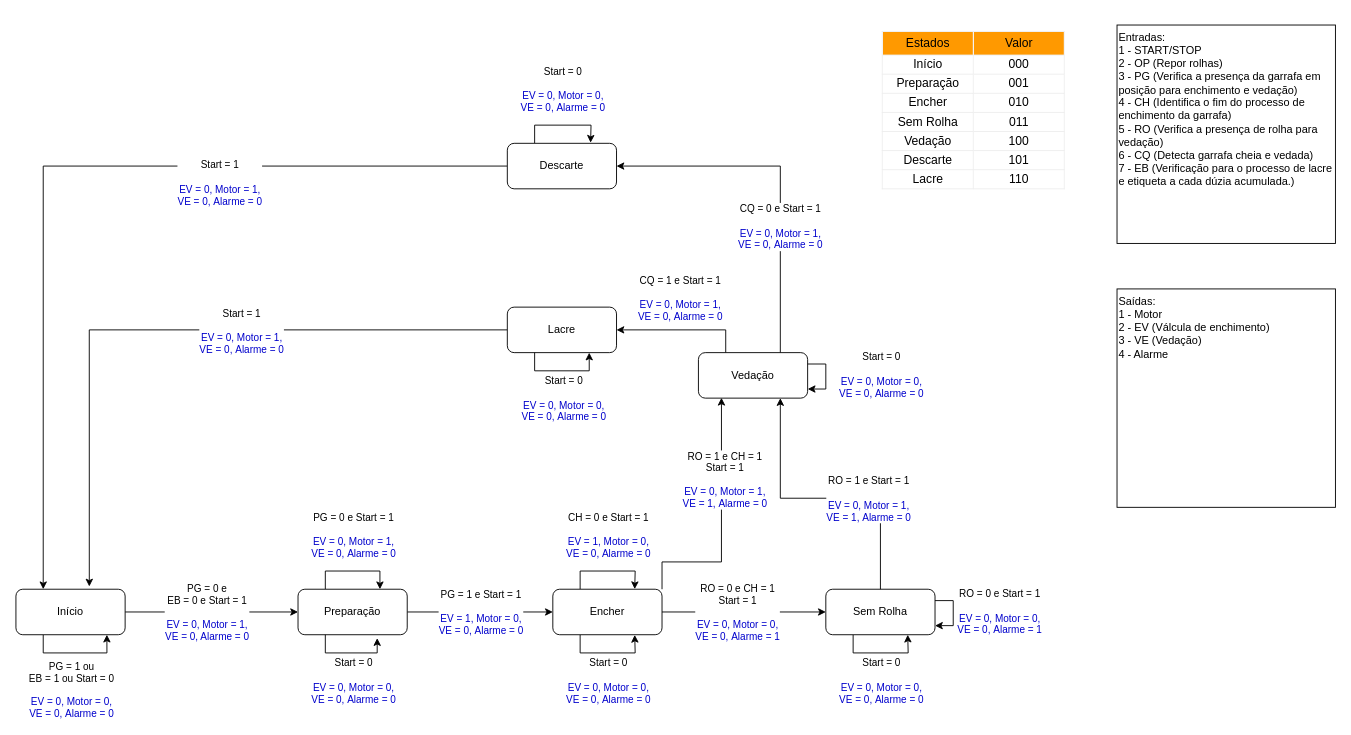
Before: documentacao/pbl.drawio in jnaraujo/tec498_2023_2_projeto_03, a draw.io diagram. Source tidied: cells renumbered, new cells numbered last; positions are measured from the earlier drawing's top-left corner, leaving out a move shared by most shapes. Both pictures are drawn from the tidied source at 91%, with x=0, y=0 at pixel (15, 25).
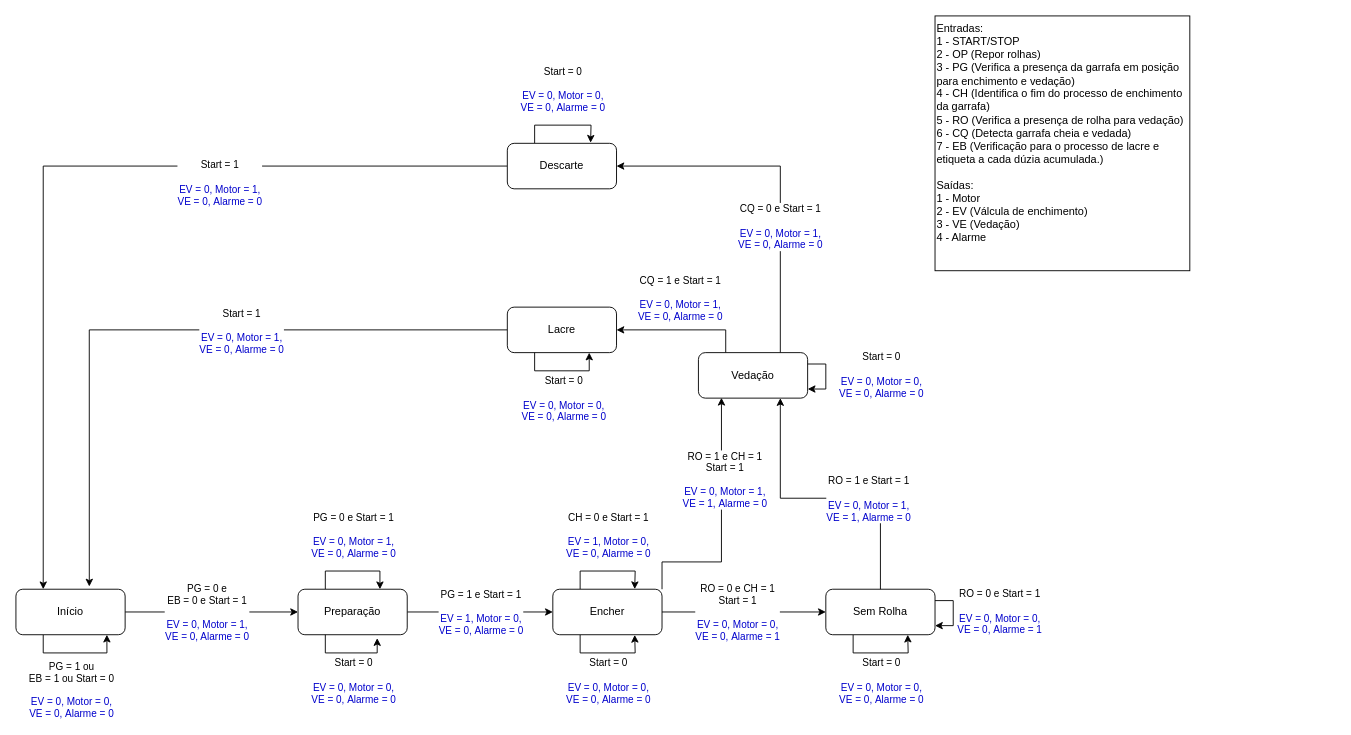
After the change.

Diff of the diagram source:
```diff
@@
-    <mxCell id="2" value="Entradas:&lt;br&gt;1 - START/STOP&lt;br&gt;2 - OP (Repor rolhas)&lt;br&gt;3 - PG (Verifica a presença da garrafa em posição para enchimento e vedação)&lt;br&gt;4 - CH (Identifica o fim do processo de enchimento da garrafa)&lt;br&gt;5 - RO (Verifica a presença de rolha para vedação)&lt;br&gt;6 - CQ (Detecta garrafa cheia e vedada)&lt;br&gt;7 - EB (Verificação para o processo de lacre e etiqueta a cada dúzia acumulada.)" style="whiteSpace=wrap;html=1;align=left;verticalAlign=top;" parent="1" vertex="1">
-      <mxGeometry x="1210" width="240" height="240" as="geometry" />
+    <mxCell id="2" value="Entradas:&lt;br&gt;1 - START/STOP&lt;br&gt;2 - OP (Repor rolhas)&lt;br&gt;3 - PG (Verifica a presença da garrafa em posição para enchimento e vedação)&lt;br&gt;4 - CH (Identifica o fim do processo de enchimento da garrafa)&lt;br&gt;5 - RO (Verifica a presença de rolha para vedação)&lt;br&gt;6 - CQ (Detecta garrafa cheia e vedada)&lt;br&gt;7 - EB (Verificação para o processo de lacre e etiqueta a cada dúzia acumulada.)&lt;br&gt;&lt;br&gt;&lt;div style=&quot;border-color: var(--border-color);&quot;&gt;Saídas:&lt;/div&gt;&lt;div style=&quot;border-color: var(--border-color);&quot;&gt;1 - Motor&lt;/div&gt;&lt;div style=&quot;border-color: var(--border-color);&quot;&gt;2 - EV (Válcula de enchimento)&lt;/div&gt;&lt;div style=&quot;border-color: var(--border-color);&quot;&gt;3 - VE (Vedação)&lt;/div&gt;&lt;div style=&quot;border-color: var(--border-color);&quot;&gt;4 - Alarme&lt;/div&gt;" style="whiteSpace=wrap;html=1;align=left;verticalAlign=top;" parent="1" vertex="1">
+      <mxGeometry x="1010" y="-10" width="280" height="280" as="geometry" />
     </mxCell>
-    <mxCell id="3" value="&lt;div&gt;Saídas:&lt;/div&gt;&lt;div&gt;1 - Motor&lt;/div&gt;&lt;div&gt;2 - EV (Válcula de enchimento)&lt;/div&gt;&lt;div&gt;3 - VE (Vedação)&lt;/div&gt;&lt;div&gt;4 - Alarme&lt;/div&gt;" style="whiteSpace=wrap;html=1;align=left;verticalAlign=top;" parent="1" vertex="1">
-      <mxGeometry x="1210" y="290" width="240" height="240" as="geometry" />
-    </mxCell>
@@
-    <mxCell id="49" value="&lt;table xmlns=&quot;http://www.w3.org/1999/xhtml&quot; cellspacing=&quot;0&quot; cellpadding=&quot;0&quot; dir=&quot;ltr&quot; border=&quot;1&quot; style=&quot;table-layout:fixed;font-size:10pt;font-family:Arial;width:0px;border-collapse:collapse;border:none&quot;&gt;&lt;colgroup&gt;&lt;col width=&quot;100&quot;&gt;&lt;col width=&quot;100&quot;&gt;&lt;/colgroup&gt;&lt;tbody&gt;&lt;tr style=&quot;height:26px;&quot;&gt;&lt;td style=&quot;overflow:hidden;padding:2px 3px 2px 3px;vertical-align:middle;background-color:#ff9900;text-align:center;&quot;&gt;Estados&lt;/td&gt;&lt;td style=&quot;overflow:hidden;padding:2px 3px 2px 3px;vertical-align:middle;background-color:#ff9900;text-align:center;&quot;&gt;Valor&lt;/td&gt;&lt;/tr&gt;&lt;tr style=&quot;height:21px;&quot;&gt;&lt;td style=&quot;overflow:hidden;padding:2px 3px 2px 3px;vertical-align:middle;text-align:center;&quot;&gt;Início&lt;/td&gt;&lt;td style=&quot;overflow:hidden;padding:2px 3px 2px 3px;vertical-align:middle;text-align:center;&quot;&gt;000&lt;/td&gt;&lt;/tr&gt;&lt;tr style=&quot;height:21px;&quot;&gt;&lt;td style=&quot;overflow:hidden;padding:2px 3px 2px 3px;vertical-align:middle;text-align:center;&quot;&gt;Preparação&lt;/td&gt;&lt;td style=&quot;overflow:hidden;padding:2px 3px 2px 3px;vertical-align:middle;text-align:center;&quot;&gt;001&lt;/td&gt;&lt;/tr&gt;&lt;tr style=&quot;height:21px;&quot;&gt;&lt;td style=&quot;overflow:hidden;padding:2px 3px 2px 3px;vertical-align:middle;text-align:center;&quot;&gt;Encher&lt;/td&gt;&lt;td style=&quot;overflow:hidden;padding:2px 3px 2px 3px;vertical-align:middle;text-align:center;&quot;&gt;010&lt;/td&gt;&lt;/tr&gt;&lt;tr style=&quot;height:21px;&quot;&gt;&lt;td style=&quot;overflow:hidden;padding:2px 3px 2px 3px;vertical-align:middle;text-align:center;&quot;&gt;Sem Rolha&lt;/td&gt;&lt;td style=&quot;overflow:hidden;padding:2px 3px 2px 3px;vertical-align:middle;text-align:center;&quot;&gt;011&lt;/td&gt;&lt;/tr&gt;&lt;tr style=&quot;height:21px;&quot;&gt;&lt;td style=&quot;overflow:hidden;padding:2px 3px 2px 3px;vertical-align:middle;text-align:center;&quot;&gt;Vedação&lt;/td&gt;&lt;td style=&quot;overflow:hidden;padding:2px 3px 2px 3px;vertical-align:middle;text-align:center;&quot;&gt;100&lt;/td&gt;&lt;/tr&gt;&lt;tr style=&quot;height:21px;&quot;&gt;&lt;td style=&quot;overflow:hidden;padding:2px 3px 2px 3px;vertical-align:middle;text-align:center;&quot;&gt;Descarte&lt;/td&gt;&lt;td style=&quot;overflow:hidden;padding:2px 3px 2px 3px;vertical-align:middle;text-align:center;&quot;&gt;101&lt;/td&gt;&lt;/tr&gt;&lt;tr style=&quot;height:21px;&quot;&gt;&lt;td style=&quot;overflow:hidden;padding:2px 3px 2px 3px;vertical-align:bottom;text-align:center;&quot;&gt;Lacre&lt;/td&gt;&lt;td style=&quot;overflow:hidden;padding:2px 3px 2px 3px;vertical-align:bottom;text-align:center;&quot;&gt;110&lt;/td&gt;&lt;/tr&gt;&lt;/tbody&gt;&lt;/table&gt;" style="text;whiteSpace=wrap;html=1;" parent="1" vertex="1">
-      <mxGeometry x="950" width="230" height="200" as="geometry" />
-    </mxCell>
```
